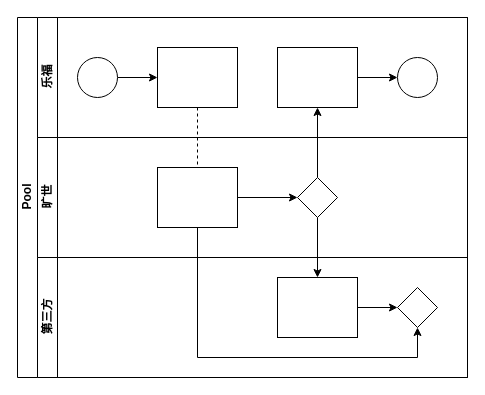
The draw.io diagram 未命名绘图.drawio in jojozhao/my-app, before the edit. Source tidied: cells renumbered, new cells numbered last; positions are measured from the earlier drawing's top-left corner, leaving out a move shared by most shapes. Both pictures are drawn from the tidied source at 100%, with x=0, y=0 at pixel (17, 17).
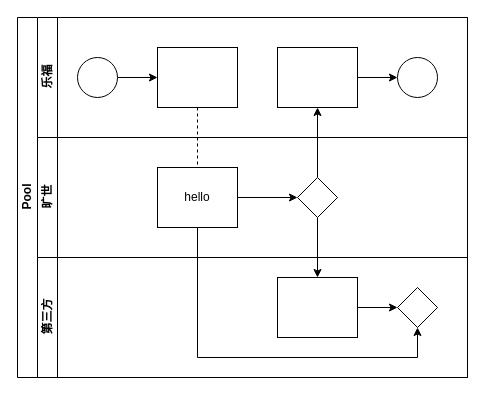
Above is the later version.

Unchanged cells that the change refers to:
```xml
<mxCell id="14" value="旷世" style="swimlane;html=1;startSize=20;horizontal=0;" parent="2" vertex="1">
  <mxGeometry x="20" y="120" width="430" height="120" as="geometry" />
</mxCell>
```

Change to the diagram source:
```diff
@@
-    <mxCell id="16" style="rounded=0;whiteSpace=wrap;html=1;fontFamily=Helvetica;fontSize=12;fontColor=#000000;align=center;" parent="14" vertex="1">
+    <mxCell id="16" value="hello" style="rounded=0;whiteSpace=wrap;html=1;fontFamily=Helvetica;fontSize=12;fontColor=#000000;align=center;" parent="14" vertex="1">
       <mxGeometry x="120" y="30" width="80" height="60" as="geometry" />
     </mxCell>
```
